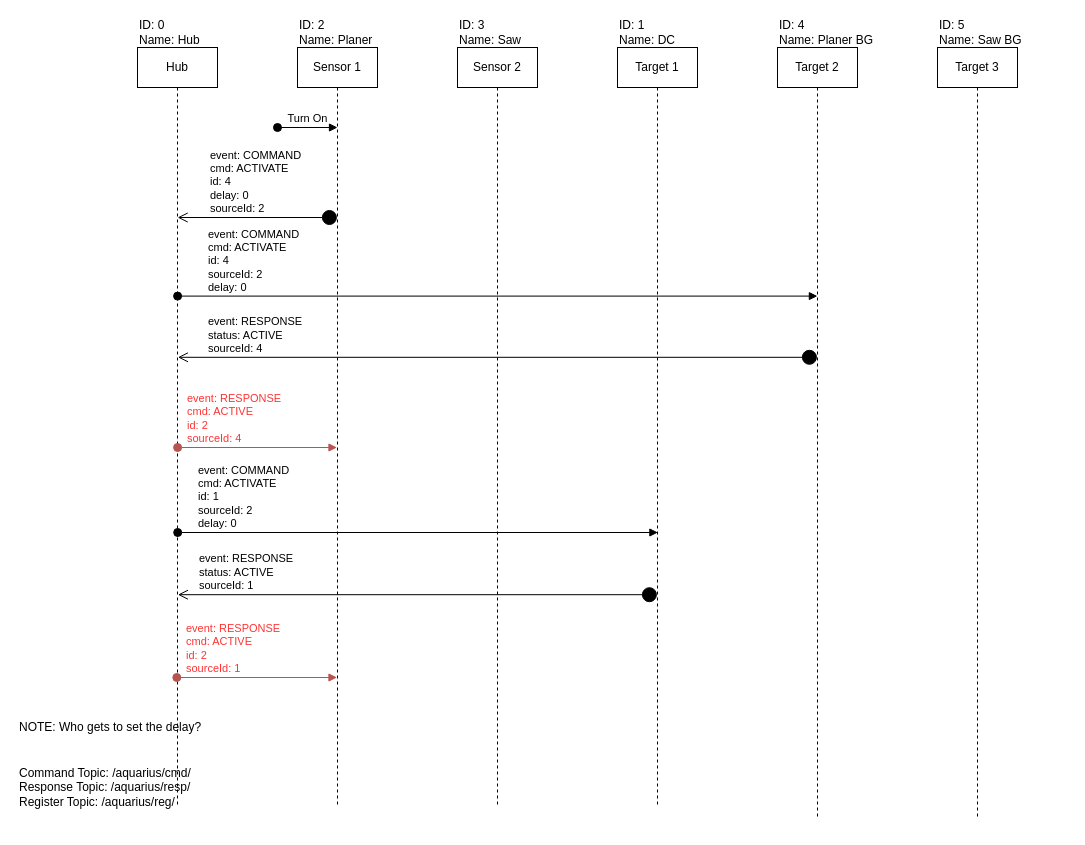
Before: page "Activity Diagram II" (2 of 7) of Design/aquarius-sw-design.drawio in cyberreefguru/Aquarius, a draw.io diagram. Source tidied: cells renumbered, new cells numbered last; positions are measured from the earlier drawing's top-left corner, leaving out a move shared by most shapes. Both pictures are drawn from the tidied source at 100%, with x=0, y=0 at pixel (17, 17).
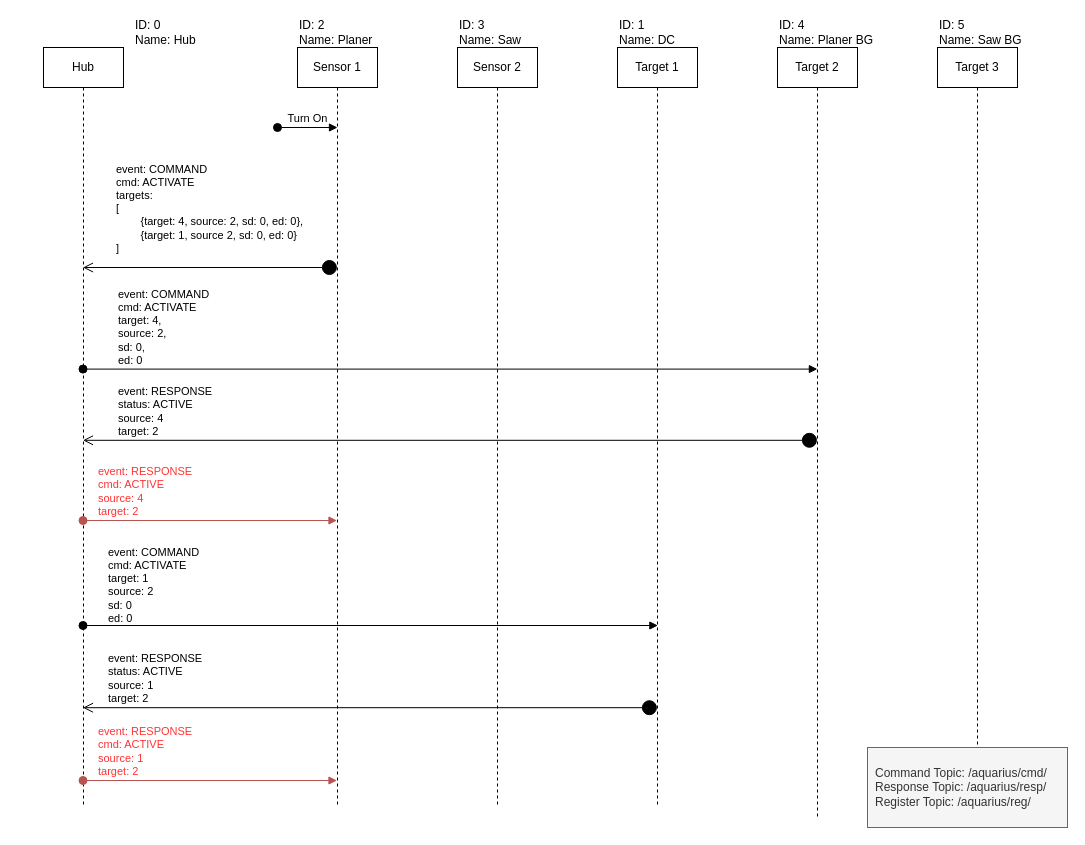
The same diagram, later.

The change refers to these unchanged cells:
```xml
<mxCell id="2" value="Sensor 1" style="shape=umlLifeline;perimeter=lifelinePerimeter;whiteSpace=wrap;html=1;outlineConnect=0;portConstraint=eastwest;newEdgeStyle={&quot;curved&quot;:0,&quot;rounded&quot;:0};" parent="1" vertex="1">
  <mxGeometry x="280" y="30" width="80" height="760" as="geometry" />
</mxCell>
```

Diff of the diagram source:
```diff
@@
     <mxCell id="3" value="Hub" style="shape=umlLifeline;perimeter=lifelinePerimeter;whiteSpace=wrap;html=1;outlineConnect=0;portConstraint=eastwest;newEdgeStyle={&quot;curved&quot;:0,&quot;rounded&quot;:0};" parent="1" vertex="1">
-      <mxGeometry x="120" y="30" width="80" height="760" as="geometry" />
+      <mxGeometry x="26" y="30" width="80" height="760" as="geometry" />
     </mxCell>
@@
-    <mxCell id="8" value="event: COMMAND&lt;br&gt;cmd: ACTIVATE&lt;br&gt;id: 4&lt;br&gt;delay: 0&lt;br&gt;sourceId: 2" style="html=1;verticalAlign=bottom;startArrow=circle;startFill=1;endArrow=open;startSize=6;endSize=8;curved=0;rounded=0;align=left;" parent="1" edge="1">
-      <mxGeometry x="0.62" relative="1" as="geometry">
-        <mxPoint x="319.9" y="200" as="sourcePoint" />
-        <mxPoint x="160.1" y="200" as="targetPoint" />
+    <mxCell id="8" value="event: COMMAND&lt;br style=&quot;border-color: var(--border-color);&quot;&gt;cmd: ACTIVATE&lt;br style=&quot;border-color: var(--border-color);&quot;&gt;targets:&lt;br style=&quot;border-color: var(--border-color);&quot;&gt;[&lt;br style=&quot;border-color: var(--border-color);&quot;&gt;&#9;&lt;span style=&quot;white-space: pre;&quot;&gt;&#9;&lt;/span&gt;{target: 4,&amp;nbsp;source: 2, sd: 0, ed: 0},&lt;br style=&quot;border-color: var(--border-color);&quot;&gt;&lt;span style=&quot;white-space: pre;&quot;&gt;&#9;&lt;/span&gt;{target: 1, source 2, sd: 0, ed: 0}&lt;br style=&quot;border-color: var(--border-color);&quot;&gt;]" style="html=1;verticalAlign=bottom;startArrow=circle;startFill=1;endArrow=open;startSize=6;endSize=8;curved=0;rounded=0;align=left;" parent="1" edge="1">
+      <mxGeometry x="0.75" y="-10" relative="1" as="geometry">
+        <mxPoint x="319.9" y="250" as="sourcePoint" />
+        <mxPoint x="65.5" y="250" as="targetPoint" />
       </mxGeometry>
     </mxCell>
-    <mxCell id="9" value="event: COMMAND&lt;br style=&quot;border-color: var(--border-color);&quot;&gt;cmd: ACTIVATE&lt;br style=&quot;border-color: var(--border-color);&quot;&gt;id: 4&lt;br style=&quot;border-color: var(--border-color);&quot;&gt;sourceId: 2&lt;br&gt;delay: 0" style="html=1;verticalAlign=bottom;startArrow=oval;startFill=1;endArrow=block;startSize=8;curved=0;rounded=0;align=left;" parent="1" edge="1">
+    <mxCell id="9" value="event: COMMAND&lt;br style=&quot;border-color: var(--border-color);&quot;&gt;cmd: ACTIVATE&lt;br style=&quot;border-color: var(--border-color);&quot;&gt;target: 4,&lt;br&gt;source: 2,&lt;br&gt;sd: 0,&lt;br&gt;ed: 0" style="html=1;verticalAlign=bottom;startArrow=oval;startFill=1;endArrow=block;startSize=8;curved=0;rounded=0;align=left;" parent="1" edge="1" source="3">
       <mxGeometry x="-0.91" relative="1" as="geometry">
-        <mxPoint x="160.1" y="278.6" as="sourcePoint" />
-        <mxPoint x="799.9" y="278.6" as="targetPoint" />
+        <mxPoint x="799.9" y="351.6" as="targetPoint" />
       </mxGeometry>
     </mxCell>
-    <mxCell id="10" value="Command Topic: /aquarius/cmd/&lt;br&gt;Response Topic: /aquarius/resp/&lt;br&gt;Register Topic: /aquarius/reg/" style="text;html=1;strokeColor=none;fillColor=none;align=left;verticalAlign=middle;whiteSpace=wrap;rounded=0;" parent="1" vertex="1">
-      <mxGeometry y="730" width="220" height="80" as="geometry" />
-    </mxCell>
     <mxCell id="11" value="ID: 0&lt;br&gt;Name: Hub" style="text;html=1;strokeColor=none;fillColor=none;align=left;verticalAlign=middle;whiteSpace=wrap;rounded=0;" parent="1" vertex="1">
-      <mxGeometry x="120" width="80" height="30" as="geometry" />
+      <mxGeometry x="116" width="80" height="30" as="geometry" />
     </mxCell>
@@
-    <mxCell id="16" value="NOTE: Who gets to set the delay?" style="text;html=1;strokeColor=none;fillColor=none;align=left;verticalAlign=middle;whiteSpace=wrap;rounded=0;" parent="1" vertex="1">
-      <mxGeometry y="690" width="220" height="40" as="geometry" />
-    </mxCell>
@@
-    <mxCell id="19" value="event: COMMAND&lt;br&gt;cmd: ACTIVATE&lt;br&gt;id: 1&lt;br&gt;sourceId: 2&lt;br&gt;delay: 0" style="html=1;verticalAlign=bottom;startArrow=oval;startFill=1;endArrow=block;startSize=8;curved=0;rounded=0;align=left;" parent="1" edge="1">
-      <mxGeometry x="-0.92" relative="1" as="geometry">
-        <mxPoint x="160.2" y="515" as="sourcePoint" />
-        <mxPoint x="640.4" y="515" as="targetPoint" />
+    <mxCell id="19" value="event: COMMAND&lt;br&gt;cmd: ACTIVATE&lt;br&gt;target: 1&lt;br&gt;source: 2&lt;br&gt;sd: 0&lt;br&gt;ed: 0" style="html=1;verticalAlign=bottom;startArrow=oval;startFill=1;endArrow=block;startSize=8;curved=0;rounded=0;align=left;" parent="1" edge="1" source="3">
+      <mxGeometry x="-0.92" y="-2" relative="1" as="geometry">
+        <mxPoint x="640.4" y="608" as="targetPoint" />
       </mxGeometry>
     </mxCell>
-    <mxCell id="20" value="event: RESPONSE&lt;br&gt;status: ACTIVE&amp;nbsp;&lt;br&gt;sourceId: 4" style="html=1;verticalAlign=bottom;startArrow=circle;startFill=1;endArrow=open;startSize=6;endSize=8;curved=0;rounded=0;align=left;" parent="1" edge="1">
+    <mxCell id="20" value="event: RESPONSE&lt;br&gt;status: ACTIVE&amp;nbsp;&lt;br&gt;source: 4&lt;br&gt;target: 2" style="html=1;verticalAlign=bottom;startArrow=circle;startFill=1;endArrow=open;startSize=6;endSize=8;curved=0;rounded=0;align=left;" parent="1" edge="1" target="3">
       <mxGeometry x="0.91" relative="1" as="geometry">
-        <mxPoint x="799.9" y="339.8" as="sourcePoint" />
-        <mxPoint x="160.4" y="339.8" as="targetPoint" />
+        <mxPoint x="799.9" y="422.8" as="sourcePoint" />
       </mxGeometry>
     </mxCell>
-    <mxCell id="21" value="event: RESPONSE&lt;br&gt;status: ACTIVE&amp;nbsp;&lt;br&gt;sourceId: 1" style="html=1;verticalAlign=bottom;startArrow=circle;startFill=1;endArrow=open;startSize=6;endSize=8;curved=0;rounded=0;align=left;" parent="1" edge="1">
+    <mxCell id="21" value="event: RESPONSE&lt;br&gt;status: ACTIVE&amp;nbsp;&lt;br&gt;source: 1&lt;br&gt;target: 2" style="html=1;verticalAlign=bottom;startArrow=circle;startFill=1;endArrow=open;startSize=6;endSize=8;curved=0;rounded=0;align=left;" parent="1" edge="1" target="3">
       <mxGeometry x="0.92" relative="1" as="geometry">
-        <mxPoint x="639.9" y="577.2" as="sourcePoint" />
-        <mxPoint x="160.4" y="577.2" as="targetPoint" />
+        <mxPoint x="639.9" y="690.2" as="sourcePoint" />
       </mxGeometry>
     </mxCell>
-    <mxCell id="22" value="event: RESPONSE&lt;br style=&quot;border-color: var(--border-color);&quot;&gt;cmd: ACTIVE&lt;br style=&quot;border-color: var(--border-color);&quot;&gt;id: 2&lt;br style=&quot;border-color: var(--border-color);&quot;&gt;sourceId: 4" style="html=1;verticalAlign=bottom;startArrow=oval;startFill=1;endArrow=block;startSize=8;curved=0;rounded=0;align=left;fillColor=#f8cecc;strokeColor=#b85450;fontColor=#FF3333;" parent="1" edge="1" target="2">
+    <mxCell id="22" value="event: RESPONSE&lt;br style=&quot;border-color: var(--border-color);&quot;&gt;cmd: ACTIVE&lt;br style=&quot;border-color: var(--border-color);&quot;&gt;source: 4&lt;br&gt;target: 2" style="html=1;verticalAlign=bottom;startArrow=oval;startFill=1;endArrow=block;startSize=8;curved=0;rounded=0;align=left;fillColor=#f8cecc;strokeColor=#b85450;fontColor=#FF3333;" parent="1" edge="1" source="3">
       <mxGeometry x="-0.9" relative="1" as="geometry">
-        <mxPoint x="160.1" y="430" as="sourcePoint" />
+        <mxPoint x="319.5" y="503" as="targetPoint" />
       </mxGeometry>
     </mxCell>
-    <mxCell id="23" value="event: RESPONSE&lt;br style=&quot;border-color: var(--border-color);&quot;&gt;cmd: ACTIVE&lt;br style=&quot;border-color: var(--border-color);&quot;&gt;id: 2&lt;br style=&quot;border-color: var(--border-color);&quot;&gt;sourceId: 1" style="html=1;verticalAlign=bottom;startArrow=oval;startFill=1;endArrow=block;startSize=8;curved=0;rounded=0;align=left;fillColor=#f8cecc;strokeColor=#b85450;fontColor=#FF3333;" parent="1" edge="1">
+    <mxCell id="23" value="event: RESPONSE&lt;br style=&quot;border-color: var(--border-color);&quot;&gt;cmd: ACTIVE&lt;br style=&quot;border-color: var(--border-color);&quot;&gt;source: 1&lt;br style=&quot;border-color: var(--border-color);&quot;&gt;target: 2" style="html=1;verticalAlign=bottom;startArrow=oval;startFill=1;endArrow=block;startSize=8;curved=0;rounded=0;align=left;fillColor=#f8cecc;strokeColor=#b85450;fontColor=#FF3333;" parent="1" edge="1" source="3">
       <mxGeometry x="-0.9" relative="1" as="geometry">
-        <mxPoint x="159.3" y="660" as="sourcePoint" />
-        <mxPoint x="319.5" y="660" as="targetPoint" />
+        <mxPoint x="319.5" y="763" as="targetPoint" />
       </mxGeometry>
     </mxCell>
+    <mxCell id="10" value="Command Topic: /aquarius/cmd/&lt;br&gt;Response Topic: /aquarius/resp/&lt;br&gt;Register Topic: /aquarius/reg/" style="text;html=1;strokeColor=#666666;fillColor=#f5f5f5;align=left;verticalAlign=middle;whiteSpace=wrap;rounded=0;spacingLeft=6;fontColor=#333333;" parent="1" vertex="1">
+      <mxGeometry x="850" y="730" width="200" height="80" as="geometry" />
+    </mxCell>
```
